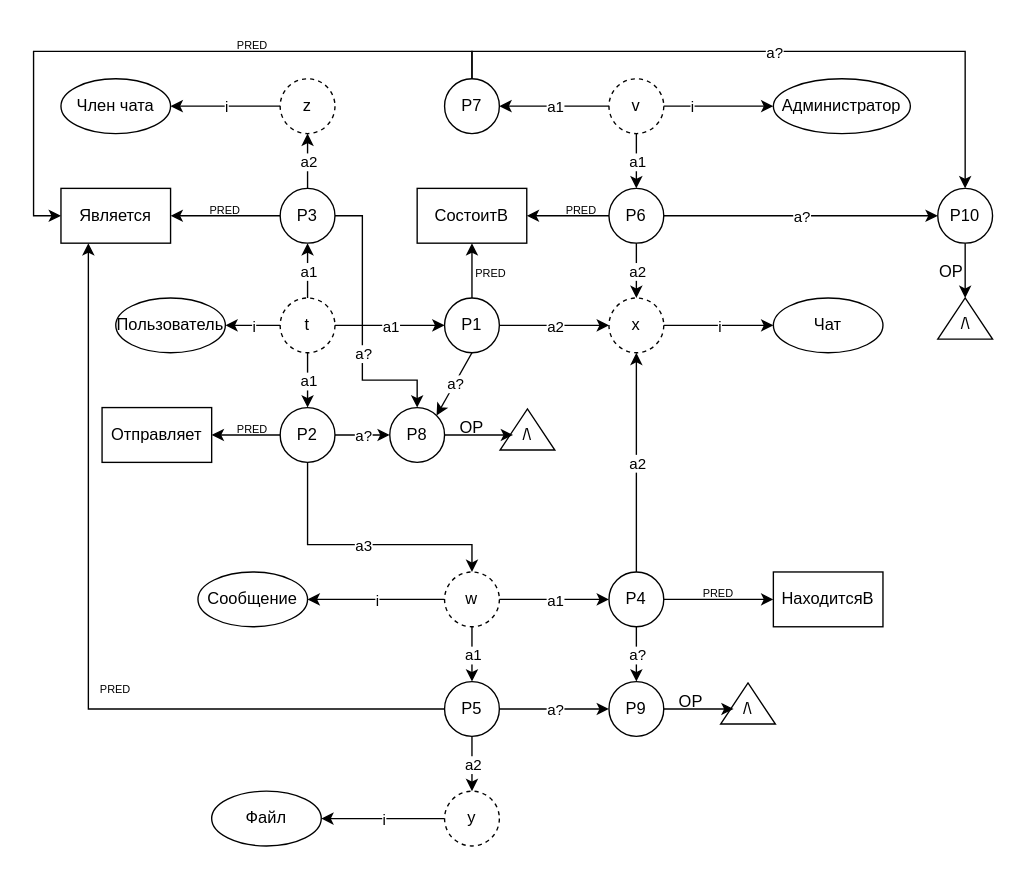
marsek4/database keeps this draw.io diagram as Сокращенная семантическая сеть.drawio. Above is the earlier version. Source tidied: cells renumbered, new cells numbered last; positions are measured from the earlier drawing's top-left corner, leaving out a move shared by most shapes. Both pictures are drawn from the tidied source at 137%, with x=0, y=0 at pixel (33, 23).
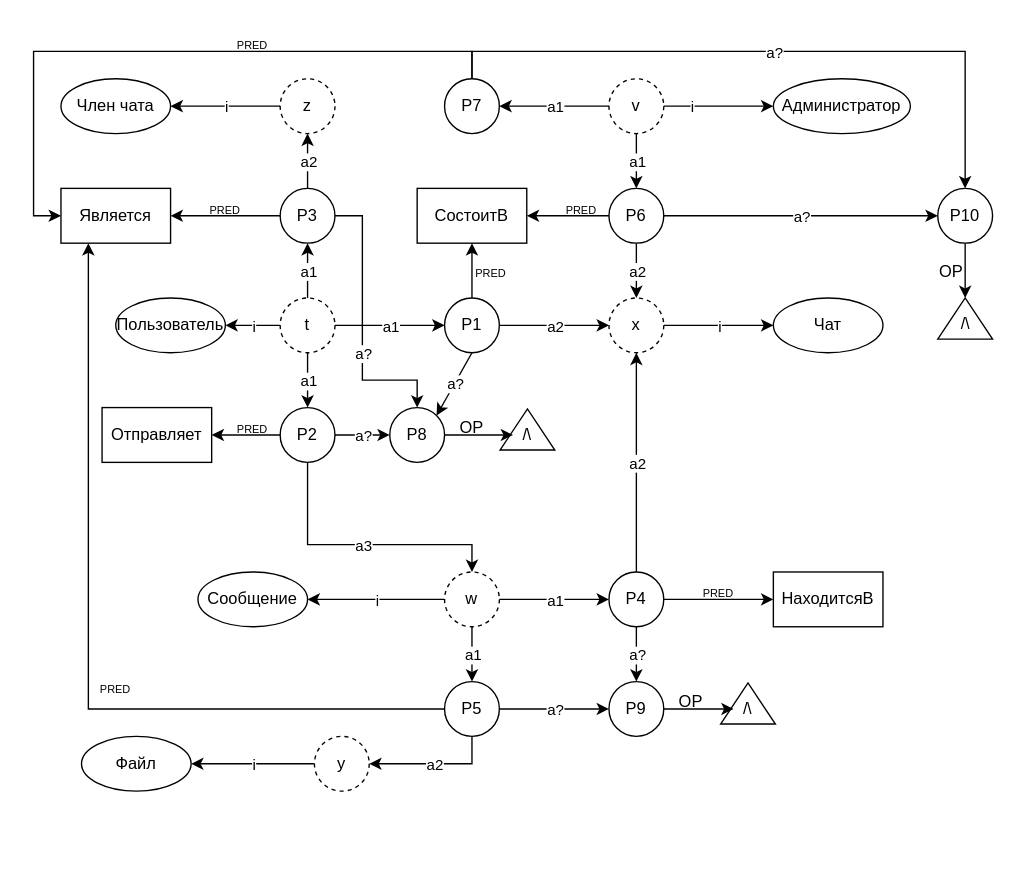
After the change.

Unchanged cells that the change refers to:
```xml
<mxCell id="58" value="P5" style="ellipse;whiteSpace=wrap;html=1;" parent="1" vertex="1">
  <mxGeometry x="300" y="480" width="40" height="40" as="geometry" />
</mxCell>
```

What changed in the source:
```diff
@@
     <mxCell id="7" value="Файл" style="ellipse;whiteSpace=wrap;html=1;" parent="1" vertex="1">
-      <mxGeometry x="130" y="560" width="80" height="40" as="geometry" />
+      <mxGeometry x="35" y="520" width="80" height="40" as="geometry" />
     </mxCell>
@@
     <mxCell id="25" value="y" style="ellipse;whiteSpace=wrap;html=1;align=center;dashed=1;" parent="1" vertex="1">
-      <mxGeometry x="300" y="560" width="40" height="40" as="geometry" />
+      <mxGeometry x="205" y="520" width="40" height="40" as="geometry" />
     </mxCell>
@@
-    <mxCell id="61" style="endArrow=classic;html=1;rounded=0;entryX=0.5;entryY=0;entryDx=0;entryDy=0;exitX=0.5;exitY=1;exitDx=0;exitDy=0;" parent="1" edge="1" source="58" target="25">
-      <mxGeometry relative="1" as="geometry" />
+    <mxCell id="61" style="endArrow=classic;html=1;rounded=0;entryX=1;entryY=0.5;entryDx=0;entryDy=0;exitX=0.5;exitY=1;exitDx=0;exitDy=0;" parent="1" edge="1" source="58" target="25">
+      <mxGeometry relative="1" as="geometry">
+        <Array as="points">
+          <mxPoint x="320" y="540" />
+        </Array>
+      </mxGeometry>
     </mxCell>
```
